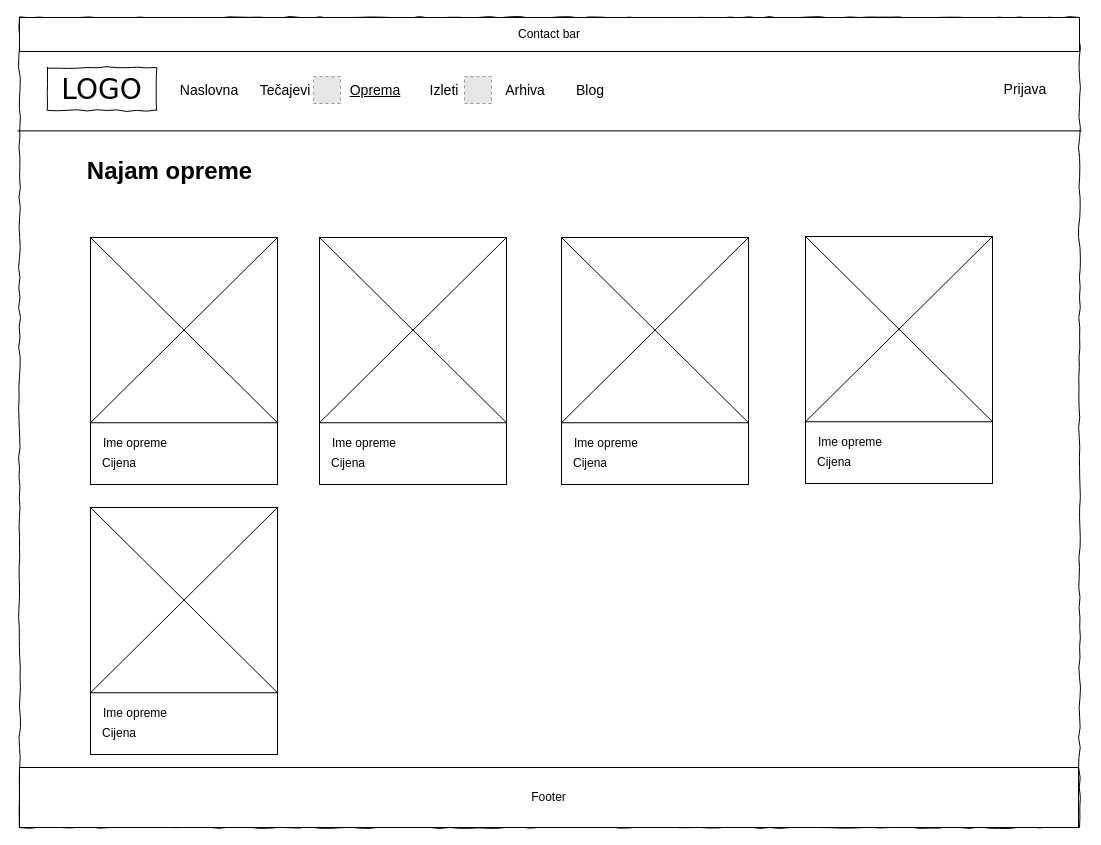
This is page "Oprema*" (11 of 16) of low-fidelity-HCI.drawio from JakovSp/HCI, a draw.io file, before an edit. Source tidied: cells renumbered, new cells numbered last; positions are measured from the earlier drawing's top-left corner, leaving out a move shared by most shapes. Both pictures are drawn from the tidied source at 100%, with x=0, y=0 at pixel (17, 17). Pictures stored in the file or linked from it are replaced by grey dashed boxes.
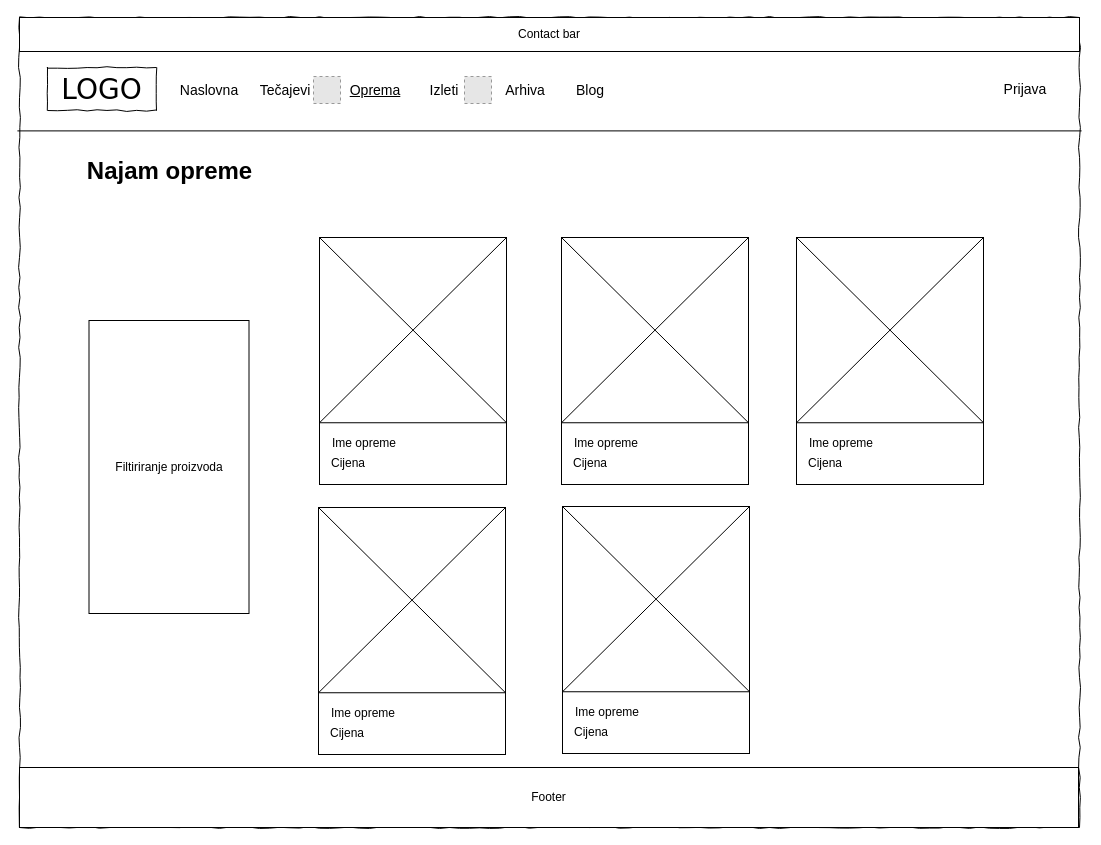
Above is the later version.

Change to the diagram source:
```diff
@@
     <mxCell id="23" style="group;" parent="1" vertex="1">
-      <mxGeometry x="73" y="220" width="187" height="247" as="geometry" />
+      <mxGeometry x="301" y="490" width="187" height="247" as="geometry" />
     </mxCell>
@@
     <mxCell id="45" style="group;" parent="1" vertex="1">
-      <mxGeometry x="788" y="219" width="187" height="247" as="geometry" />
+      <mxGeometry x="779" y="220" width="187" height="247" as="geometry" />
     </mxCell>
@@
     <mxCell id="52" style="group;" parent="1" vertex="1">
-      <mxGeometry x="73" y="490" width="187" height="247" as="geometry" />
+      <mxGeometry x="545" y="489" width="187" height="247" as="geometry" />
     </mxCell>
@@
+    <mxCell id="59" value="Filtiriranje proizvoda" style="rounded=0;whiteSpace=wrap;html=1;" parent="1" vertex="1">
+      <mxGeometry x="71.5" y="303" width="160" height="293" as="geometry" />
+    </mxCell>
```
